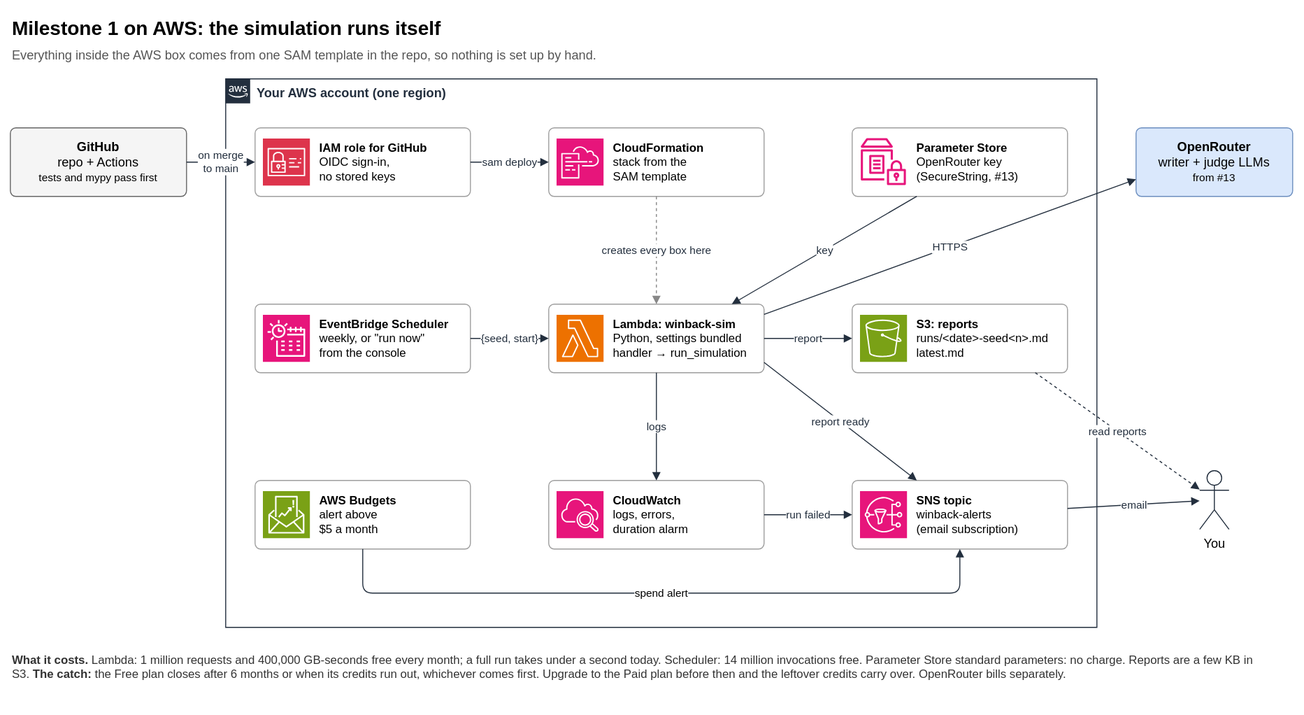
Mo3azAqeed/Win-back-AI-loop keeps this draw.io diagram as docs/diagrams/aws-poc.drawio.svg. Above is the earlier version. Source tidied: cells renumbered, new cells last; positions are measured from the earlier drawing's top-left corner, leaving out a move shared by most shapes.
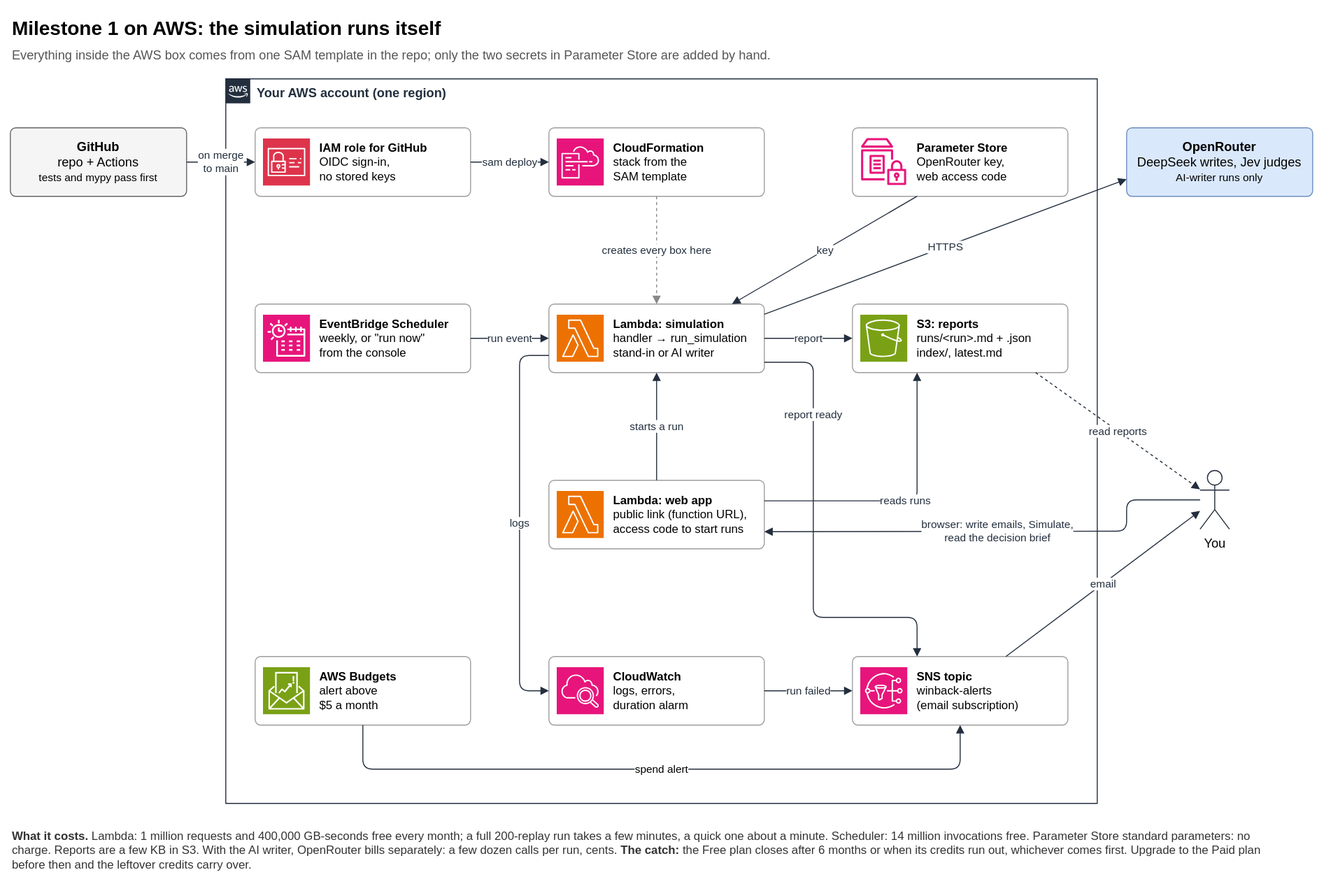
After the change.

Commit message:
Redraw the six diagrams to match the code after #34 and #13

What changed in the source:
```diff
@@ -5,14 +5,14 @@
     <mxCell id="2" value="&lt;b&gt;Milestone 1 on AWS: the simulation runs itself&lt;/b&gt;" style="text;html=1;whiteSpace=wrap;fontSize=20;align=left;verticalAlign=top;" parent="1" vertex="1">
       <mxGeometry width="900" height="30" as="geometry" />
     </mxCell>
-    <mxCell id="3" value="Everything inside the AWS box comes from one SAM template in the repo, so nothing is set up by hand." style="text;html=1;whiteSpace=wrap;fontSize=13;align=left;verticalAlign=top;fontColor=#555555;" parent="1" vertex="1">
+    <mxCell id="3" value="Everything inside the AWS box comes from one SAM template in the repo; only the two secrets in Parameter Store are added by hand." style="text;html=1;whiteSpace=wrap;fontSize=13;align=left;verticalAlign=top;fontColor=#555555;" parent="1" vertex="1">
       <mxGeometry y="32" width="1000" height="22" as="geometry" />
     </mxCell>
     <mxCell id="4" value="&lt;b&gt;GitHub&lt;/b&gt;&lt;br&gt;repo + Actions&lt;br&gt;&lt;font style='font-size:11px'&gt;tests and mypy pass first&lt;/font&gt;" style="rounded=1;whiteSpace=wrap;html=1;fontSize=13;fillColor=#f5f5f5;strokeColor=#666666;arcSize=8;" parent="1" vertex="1">
       <mxGeometry y="120" width="180" height="70" as="geometry" />
     </mxCell>
     <mxCell id="5" value="Your AWS account (one region)" style="html=1;whiteSpace=wrap;fontSize=13;fontStyle=1;shape=mxgraph.aws4.group;grIcon=mxgraph.aws4.group_aws_cloud_alt;strokeColor=#232F3E;fillColor=none;verticalAlign=top;align=left;spacingLeft=30;fontColor=#232F3E;" parent="1" vertex="1">
-      <mxGeometry x="220" y="70" width="890" height="560" as="geometry" />
+      <mxGeometry x="220" y="70" width="890" height="740" as="geometry" />
     </mxCell>
     <mxCell id="6" value="&lt;b&gt;IAM role for GitHub&lt;/b&gt;&lt;br&gt;OIDC sign-in,&lt;br&gt;no stored keys" style="rounded=1;whiteSpace=wrap;html=1;fontSize=13;fillColor=#ffffff;strokeColor=#9e9e9e;arcSize=8;align=left;spacingLeft=64;fontSize=12;" parent="1" vertex="1">
       <mxGeometry x="250" y="120" width="220" height="70" as="geometry" />
@@ -26,7 +26,7 @@
     <mxCell id="9" style="sketch=0;fontColor=#232F3E;fillColor=#E7157B;strokeColor=#ffffff;dashed=0;html=1;verticalLabelPosition=bottom;verticalAlign=top;align=center;fontSize=12;shape=mxgraph.aws4.resourceIcon;resIcon=mxgraph.aws4.cloudformation;" parent="1" vertex="1">
       <mxGeometry x="558" y="131" width="48" height="48" as="geometry" />
     </mxCell>
-    <mxCell id="10" value="&lt;b&gt;Parameter Store&lt;/b&gt;&lt;br&gt;OpenRouter key&lt;br&gt;(SecureString, #13)" style="rounded=1;whiteSpace=wrap;html=1;fontSize=13;fillColor=#ffffff;strokeColor=#9e9e9e;arcSize=8;align=left;spacingLeft=64;fontSize=12;" parent="1" vertex="1">
+    <mxCell id="10" value="&lt;b&gt;Parameter Store&lt;/b&gt;&lt;br&gt;OpenRouter key,&lt;br&gt;web access code" style="rounded=1;whiteSpace=wrap;html=1;fontSize=13;fillColor=#ffffff;strokeColor=#9e9e9e;arcSize=8;align=left;spacingLeft=64;fontSize=12;" parent="1" vertex="1">
       <mxGeometry x="860" y="120" width="220" height="70" as="geometry" />
     </mxCell>
     <mxCell id="11" style="sketch=0;fontColor=#232F3E;fillColor=#E7157B;strokeColor=none;html=1;verticalLabelPosition=bottom;verticalAlign=top;align=center;fontSize=12;shape=mxgraph.aws4.parameter_store;" parent="1" vertex="1">
@@ -38,38 +38,38 @@
     <mxCell id="13" style="sketch=0;fontColor=#232F3E;fillColor=#E7157B;strokeColor=#ffffff;dashed=0;html=1;verticalLabelPosition=bottom;verticalAlign=top;align=center;fontSize=12;shape=mxgraph.aws4.resourceIcon;resIcon=mxgraph.aws4.eventbridge_scheduler;" parent="1" vertex="1">
       <mxGeometry x="258" y="311" width="48" height="48" as="geometry" />
     </mxCell>
-    <mxCell id="14" value="&lt;b&gt;Lambda: winback-sim&lt;/b&gt;&lt;br&gt;Python, settings bundled&lt;br&gt;handler → run_simulation" style="rounded=1;whiteSpace=wrap;html=1;fontSize=13;fillColor=#ffffff;strokeColor=#9e9e9e;arcSize=8;align=left;spacingLeft=64;fontSize=12;" parent="1" vertex="1">
+    <mxCell id="14" value="&lt;b&gt;Lambda: simulation&lt;/b&gt;&lt;br&gt;handler → run_simulation&lt;br&gt;stand-in or AI writer" style="rounded=1;whiteSpace=wrap;html=1;fontSize=13;fillColor=#ffffff;strokeColor=#9e9e9e;arcSize=8;align=left;spacingLeft=64;fontSize=12;" parent="1" vertex="1">
       <mxGeometry x="550" y="300" width="220" height="70" as="geometry" />
     </mxCell>
     <mxCell id="15" style="sketch=0;fontColor=#232F3E;fillColor=#ED7100;strokeColor=#ffffff;dashed=0;html=1;verticalLabelPosition=bottom;verticalAlign=top;align=center;fontSize=12;shape=mxgraph.aws4.resourceIcon;resIcon=mxgraph.aws4.lambda;" parent="1" vertex="1">
       <mxGeometry x="558" y="311" width="48" height="48" as="geometry" />
     </mxCell>
-    <mxCell id="16" value="&lt;b&gt;S3: reports&lt;/b&gt;&lt;br&gt;runs/&amp;lt;date&amp;gt;-seed&amp;lt;n&amp;gt;.md&lt;br&gt;latest.md" style="rounded=1;whiteSpace=wrap;html=1;fontSize=13;fillColor=#ffffff;strokeColor=#9e9e9e;arcSize=8;align=left;spacingLeft=64;fontSize=12;" parent="1" vertex="1">
+    <mxCell id="16" value="&lt;b&gt;S3: reports&lt;/b&gt;&lt;br&gt;runs/&amp;lt;run&amp;gt;.md + .json&lt;br&gt;index/, latest.md" style="rounded=1;whiteSpace=wrap;html=1;fontSize=13;fillColor=#ffffff;strokeColor=#9e9e9e;arcSize=8;align=left;spacingLeft=64;fontSize=12;" parent="1" vertex="1">
       <mxGeometry x="860" y="300" width="220" height="70" as="geometry" />
     </mxCell>
     <mxCell id="17" style="sketch=0;fontColor=#232F3E;fillColor=#7AA116;strokeColor=#ffffff;dashed=0;html=1;verticalLabelPosition=bottom;verticalAlign=top;align=center;fontSize=12;shape=mxgraph.aws4.resourceIcon;resIcon=mxgraph.aws4.s3;" parent="1" vertex="1">
       <mxGeometry x="868" y="311" width="48" height="48" as="geometry" />
     </mxCell>
     <mxCell id="18" value="&lt;b&gt;AWS Budgets&lt;/b&gt;&lt;br&gt;alert above&lt;br&gt;$5 a month" style="rounded=1;whiteSpace=wrap;html=1;fontSize=13;fillColor=#ffffff;strokeColor=#9e9e9e;arcSize=8;align=left;spacingLeft=64;fontSize=12;" parent="1" vertex="1">
-      <mxGeometry x="250" y="480" width="220" height="70" as="geometry" />
+      <mxGeometry x="250" y="660" width="220" height="70" as="geometry" />
     </mxCell>
     <mxCell id="19" style="sketch=0;fontColor=#232F3E;fillColor=#7AA116;strokeColor=#ffffff;dashed=0;html=1;verticalLabelPosition=bottom;verticalAlign=top;align=center;fontSize=12;shape=mxgraph.aws4.resourceIcon;resIcon=mxgraph.aws4.budgets;" parent="1" vertex="1">
-      <mxGeometry x="258" y="491" width="48" height="48" as="geometry" />
+      <mxGeometry x="258" y="671" width="48" height="48" as="geometry" />
     </mxCell>
     <mxCell id="20" value="&lt;b&gt;CloudWatch&lt;/b&gt;&lt;br&gt;logs, errors,&lt;br&gt;duration alarm" style="rounded=1;whiteSpace=wrap;html=1;fontSize=13;fillColor=#ffffff;strokeColor=#9e9e9e;arcSize=8;align=left;spacingLeft=64;fontSize=12;" parent="1" vertex="1">
-      <mxGeometry x="550" y="480" width="220" height="70" as="geometry" />
+      <mxGeometry x="550" y="660" width="220" height="70" as="geometry" />
     </mxCell>
     <mxCell id="21" style="sketch=0;fontColor=#232F3E;fillColor=#E7157B;strokeColor=#ffffff;dashed=0;html=1;verticalLabelPosition=bottom;verticalAlign=top;align=center;fontSize=12;shape=mxgraph.aws4.resourceIcon;resIcon=mxgraph.aws4.cloudwatch_2;" parent="1" vertex="1">
-      <mxGeometry x="558" y="491" width="48" height="48" as="geometry" />
+      <mxGeometry x="558" y="671" width="48" height="48" as="geometry" />
     </mxCell>
     <mxCell id="22" value="&lt;b&gt;SNS topic&lt;/b&gt;&lt;br&gt;winback-alerts&lt;br&gt;(email subscription)" style="rounded=1;whiteSpace=wrap;html=1;fontSize=13;fillColor=#ffffff;strokeColor=#9e9e9e;arcSize=8;align=left;spacingLeft=64;fontSize=12;" parent="1" vertex="1">
-      <mxGeometry x="860" y="480" width="220" height="70" as="geometry" />
+      <mxGeometry x="860" y="660" width="220" height="70" as="geometry" />
     </mxCell>
     <mxCell id="23" style="sketch=0;fontColor=#232F3E;fillColor=#E7157B;strokeColor=#ffffff;dashed=0;html=1;verticalLabelPosition=bottom;verticalAlign=top;align=center;fontSize=12;shape=mxgraph.aws4.resourceIcon;resIcon=mxgraph.aws4.sns;" parent="1" vertex="1">
-      <mxGeometry x="868" y="491" width="48" height="48" as="geometry" />
+      <mxGeometry x="868" y="671" width="48" height="48" as="geometry" />
     </mxCell>
-    <mxCell id="24" value="&lt;b&gt;OpenRouter&lt;/b&gt;&lt;br&gt;writer + judge LLMs&lt;br&gt;&lt;font style='font-size:11px'&gt;from #13&lt;/font&gt;" style="rounded=1;whiteSpace=wrap;html=1;fontSize=13;fillColor=#dae8fc;strokeColor=#6c8ebf;arcSize=8;" parent="1" vertex="1">
-      <mxGeometry x="1150" y="120" width="160" height="70" as="geometry" />
+    <mxCell id="24" value="&lt;b&gt;OpenRouter&lt;/b&gt;&lt;br&gt;DeepSeek writes, Jev judges&lt;br&gt;&lt;font style='font-size:11px'&gt;AI-writer runs only&lt;/font&gt;" style="rounded=1;whiteSpace=wrap;html=1;fontSize=13;fillColor=#dae8fc;strokeColor=#6c8ebf;arcSize=8;" parent="1" vertex="1">
+      <mxGeometry x="1140" y="120" width="190" height="70" as="geometry" />
     </mxCell>
     <mxCell id="25" value="You" style="shape=umlActor;verticalLabelPosition=bottom;verticalAlign=top;html=1;fontSize=13;fillColor=#ffffff;strokeColor=#232F3E;" parent="1" vertex="1">
       <mxGeometry x="1215" y="470" width="30" height="60" as="geometry" />
@@ -89,18 +89,12 @@
     <mxCell id="30" value="HTTPS" style="edgeStyle=none;html=1;endArrow=block;endFill=1;strokeColor=#232F3E;fontSize=11;labelBackgroundColor=#ffffff;fontColor=#232F3E;exitX=1;exitY=0.15;exitDx=0;exitDy=0;entryX=0;entryY=0.75;entryDx=0;entryDy=0;" parent="1" edge="1" source="14" target="24">
       <mxGeometry relative="1" as="geometry" />
     </mxCell>
-    <mxCell id="31" value="{seed, start}" style="edgeStyle=none;html=1;endArrow=block;endFill=1;strokeColor=#232F3E;fontSize=11;labelBackgroundColor=#ffffff;fontColor=#232F3E;" parent="1" edge="1" source="12" target="14">
+    <mxCell id="31" value="run event" style="edgeStyle=none;html=1;endArrow=block;endFill=1;strokeColor=#232F3E;fontSize=11;labelBackgroundColor=#ffffff;fontColor=#232F3E;" parent="1" edge="1" source="12" target="14">
       <mxGeometry relative="1" as="geometry" />
     </mxCell>
     <mxCell id="32" value="report" style="edgeStyle=none;html=1;endArrow=block;endFill=1;strokeColor=#232F3E;fontSize=11;labelBackgroundColor=#ffffff;fontColor=#232F3E;" parent="1" edge="1" source="14" target="16">
       <mxGeometry relative="1" as="geometry" />
     </mxCell>
-    <mxCell id="33" value="logs" style="edgeStyle=none;html=1;endArrow=block;endFill=1;strokeColor=#232F3E;fontSize=11;labelBackgroundColor=#ffffff;fontColor=#232F3E;" parent="1" edge="1" source="14" target="20">
-      <mxGeometry relative="1" as="geometry" />
-    </mxCell>
-    <mxCell id="34" value="report ready" style="edgeStyle=none;html=1;endArrow=block;endFill=1;strokeColor=#232F3E;fontSize=11;labelBackgroundColor=#ffffff;fontColor=#232F3E;exitX=1;exitY=0.85;exitDx=0;exitDy=0;entryX=0.3;entryY=0;entryDx=0;entryDy=0;" parent="1" edge="1" source="14" target="22">
-      <mxGeometry relative="1" as="geometry" />
-    </mxCell>
     <mxCell id="35" value="run failed" style="edgeStyle=none;html=1;endArrow=block;endFill=1;strokeColor=#232F3E;fontSize=11;labelBackgroundColor=#ffffff;fontColor=#232F3E;" parent="1" edge="1" source="20" target="22">
       <mxGeometry relative="1" as="geometry" />
     </mxCell>
@@ -110,16 +104,53 @@
     <mxCell id="37" value="read reports" style="edgeStyle=none;html=1;endArrow=block;endFill=1;strokeColor=#232F3E;fontSize=11;labelBackgroundColor=#ffffff;fontColor=#232F3E;dashed=1;exitX=0.85;exitY=1;exitDx=0;exitDy=0;" parent="1" edge="1" source="16" target="25">
       <mxGeometry relative="1" as="geometry" />
     </mxCell>
+    <mxCell id="39" value="&lt;b&gt;What it costs.&lt;/b&gt; Lambda: 1 million requests and 400,000 GB-seconds free every month; a full 200-replay run takes a few minutes, a quick one about a minute. Scheduler: 14 million invocations free. Parameter Store standard parameters: no charge. Reports are a few KB in S3. With the AI writer, OpenRouter bills separately: a few dozen calls per run, cents. &lt;b&gt;The catch:&lt;/b&gt; the Free plan closes after 6 months or when its credits run out, whichever comes first. Upgrade to the Paid plan before then and the leftover credits carry over." style="text;html=1;whiteSpace=wrap;fontSize=12;align=left;verticalAlign=top;fontColor=#333333;" parent="1" vertex="1">
+      <mxGeometry y="830" width="1290" height="60" as="geometry" />
+    </mxCell>
+    <mxCell id="40" value="&lt;b&gt;Lambda: web app&lt;/b&gt;&lt;br&gt;public link (function URL),&lt;br&gt;access code to start runs" style="rounded=1;whiteSpace=wrap;html=1;fontSize=13;fillColor=#ffffff;strokeColor=#9e9e9e;arcSize=8;align=left;spacingLeft=64;fontSize=12;" parent="1" vertex="1">
+      <mxGeometry x="550" y="480" width="220" height="70" as="geometry" />
+    </mxCell>
+    <mxCell id="41" style="sketch=0;fontColor=#232F3E;fillColor=#ED7100;strokeColor=#ffffff;dashed=0;html=1;verticalLabelPosition=bottom;verticalAlign=top;align=center;fontSize=12;shape=mxgraph.aws4.resourceIcon;resIcon=mxgraph.aws4.lambda;" parent="1" vertex="1">
+      <mxGeometry x="558" y="491" width="48" height="48" as="geometry" />
+    </mxCell>
+    <mxCell id="42" value="starts a run" style="edgeStyle=none;html=1;endArrow=block;endFill=1;strokeColor=#232F3E;fontSize=11;labelBackgroundColor=#ffffff;fontColor=#232F3E;exitX=0.5;exitY=0;entryX=0.5;entryY=1;" parent="1" edge="1" source="40" target="14">
+      <mxGeometry relative="1" as="geometry" />
+    </mxCell>
+    <mxCell id="43" value="browser: write emails, Simulate,&lt;br&gt;read the decision brief" style="edgeStyle=none;html=1;endArrow=block;endFill=1;strokeColor=#232F3E;fontSize=11;labelBackgroundColor=#ffffff;fontColor=#232F3E;exitX=0;exitY=0.5;entryX=1;entryY=0.75;" parent="1" edge="1" source="25" target="40">
+      <mxGeometry relative="1" as="geometry">
+        <Array as="points">
+          <mxPoint x="1140" y="500" />
+          <mxPoint x="1140" y="532" />
+        </Array>
+      </mxGeometry>
+    </mxCell>
+    <mxCell id="33" value="logs" style="edgeStyle=orthogonalEdgeStyle;html=1;endArrow=block;endFill=1;strokeColor=#232F3E;fontSize=11;labelBackgroundColor=#ffffff;fontColor=#232F3E;exitX=0;exitY=0.75;entryX=0;entryY=0.5;" parent="1" edge="1" source="14" target="20">
+      <mxGeometry relative="1" as="geometry">
+        <Array as="points">
+          <mxPoint x="520" y="352" />
+          <mxPoint x="520" y="695" />
+        </Array>
+      </mxGeometry>
+    </mxCell>
+    <mxCell id="44" value="reads runs" style="edgeStyle=orthogonalEdgeStyle;html=1;endArrow=block;endFill=1;strokeColor=#232F3E;fontSize=11;labelBackgroundColor=#ffffff;fontColor=#232F3E;exitX=1;exitY=0.3;entryX=0.3;entryY=1;" parent="1" edge="1" source="40" target="16">
+      <mxGeometry relative="1" as="geometry" />
+    </mxCell>
-    <mxCell id="38" value="spend alert" style="edgeStyle=orthogonalEdgeStyle;html=1;endArrow=block;endFill=1;strokeColor=#232F3E;fontSize=11;labelBackgroundColor=#ffffff;exitX=0.5;exitY=1;exitDx=0;exitDy=0;entryX=0.5;entryY=1;entryDx=0;entryDy=0;" parent="1" edge="1" source="18" target="22">
+    <mxCell id="38" value="spend alert" style="edgeStyle=orthogonalEdgeStyle;html=1;endArrow=block;endFill=1;strokeColor=#232F3E;fontSize=11;labelBackgroundColor=#ffffff;exitX=0.5;exitY=1;entryX=0.5;entryY=1;" parent="1" edge="1" source="18" target="22">
       <mxGeometry relative="1" as="geometry">
         <Array as="points">
-          <mxPoint x="360" y="595" />
-          <mxPoint x="970" y="595" />
+          <mxPoint x="360" y="775" />
+          <mxPoint x="970" y="775" />
         </Array>
       </mxGeometry>
     </mxCell>
-    <mxCell id="39" value="&lt;b&gt;What it costs.&lt;/b&gt; Lambda: 1 million requests and 400,000 GB-seconds free every month; a full run takes under a second today. Scheduler: 14 million invocations free. Parameter Store standard parameters: no charge. Reports are a few KB in S3. &lt;b&gt;The catch:&lt;/b&gt; the Free plan closes after 6 months or when its credits run out, whichever comes first. Upgrade to the Paid plan before then and the leftover credits carry over. OpenRouter bills separately." style="text;html=1;whiteSpace=wrap;fontSize=12;align=left;verticalAlign=top;fontColor=#333333;" parent="1" vertex="1">
-      <mxGeometry y="650" width="1290" height="60" as="geometry" />
-    </mxCell>
+    <mxCell id="34" value="report ready" style="edgeStyle=orthogonalEdgeStyle;html=1;endArrow=block;endFill=1;strokeColor=#232F3E;fontSize=11;labelBackgroundColor=#ffffff;fontColor=#232F3E;exitX=1;exitY=0.85;entryX=0.3;entryY=0;" parent="1" edge="1" source="14" target="22">
+      <mxGeometry x="-0.55" relative="1" as="geometry">
+        <Array as="points">
+          <mxPoint x="820" y="360" />
+          <mxPoint x="820" y="620" />
+          <mxPoint x="926" y="620" />
+        </Array>
+      </mxGeometry>
+    </mxCell>
   </root>
 </mxGraphModel>
```
